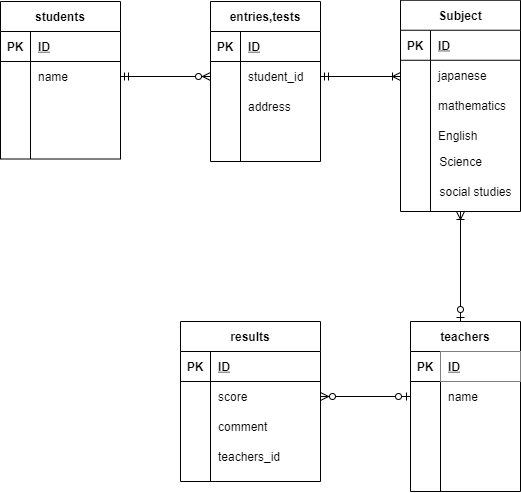
The draw.io diagram index.drawio.png in Rise-K/coachtech-db-practice, before a commit. Source tidied: cells renumbered, new cells last; positions are measured from the earlier drawing's top-left corner, leaving out a move shared by most shapes.
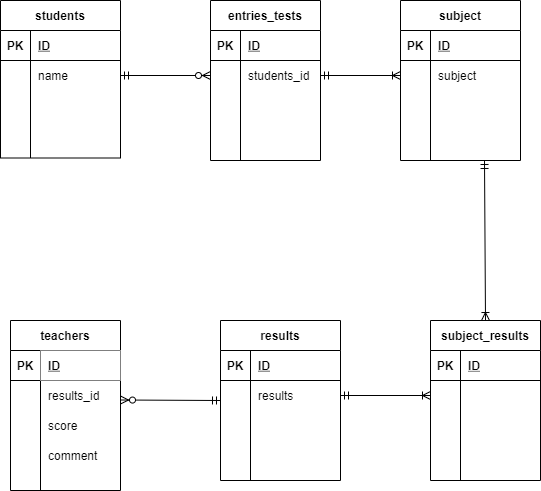
The same file after the commit.

The edit, as a diff of the source:
```diff
@@ -42,7 +42,7 @@
       <mxGeometry x="30" width="90" height="30" as="geometry" />
     </mxCell>
     <mxCell id="15" value="teachers" style="shape=table;startSize=30;rowLines=0;fontStyle=1;align=center;" parent="1" vertex="1">
-      <mxGeometry x="410" y="321" width="110" height="170" as="geometry" />
+      <mxGeometry x="10" y="321" width="110" height="170" as="geometry" />
     </mxCell>
     <mxCell id="16" style="shape=partialRectangle;fillColor=none;top=0;left=0;bottom=1;right=0;" parent="15" vertex="1">
       <mxGeometry y="30" width="110" height="30" as="geometry" />
@@ -53,33 +53,33 @@
     <mxCell id="18" value="ID" style="shape=partialRectangle;top=0;left=0;bottom=0;right=0;align=left;spacingLeft=6;fontStyle=5;overflow=hidden;" parent="16" vertex="1">
       <mxGeometry x="30" width="80" height="30" as="geometry" />
     </mxCell>
+    <mxCell id="25" style="shape=partialRectangle;fillColor=none;top=0;left=0;bottom=0;right=0;" parent="15" vertex="1">
+      <mxGeometry y="60" width="110" height="30" as="geometry" />
+    </mxCell>
+    <mxCell id="26" style="shape=partialRectangle;fillColor=none;top=0;left=0;bottom=0;right=0;overflow=hidden;" parent="25" vertex="1">
+      <mxGeometry width="30" height="30" as="geometry" />
+    </mxCell>
+    <mxCell id="27" value="results_id" style="shape=partialRectangle;fillColor=none;top=0;left=0;bottom=0;right=0;align=left;spacingLeft=6;overflow=hidden;" parent="25" vertex="1">
+      <mxGeometry x="30" width="80" height="30" as="geometry" />
+    </mxCell>
     <mxCell id="19" style="shape=partialRectangle;fillColor=none;top=0;left=0;bottom=0;right=0;" parent="15" vertex="1">
-      <mxGeometry y="60" width="110" height="30" as="geometry" />
+      <mxGeometry y="90" width="110" height="30" as="geometry" />
     </mxCell>
     <mxCell id="20" style="shape=partialRectangle;fillColor=none;top=0;left=0;bottom=0;right=0;overflow=hidden;" parent="19" vertex="1">
       <mxGeometry width="30" height="30" as="geometry" />
     </mxCell>
-    <mxCell id="21" value="name" style="shape=partialRectangle;fillColor=none;top=0;left=0;bottom=0;right=0;align=left;spacingLeft=6;overflow=hidden;" parent="19" vertex="1">
+    <mxCell id="21" value="score" style="shape=partialRectangle;fillColor=none;top=0;left=0;bottom=0;right=0;align=left;spacingLeft=6;overflow=hidden;" parent="19" vertex="1">
       <mxGeometry x="30" width="80" height="30" as="geometry" />
     </mxCell>
     <mxCell id="22" style="shape=partialRectangle;fillColor=none;top=0;left=0;bottom=0;right=0;" parent="15" vertex="1">
-      <mxGeometry y="90" width="110" height="30" as="geometry" />
+      <mxGeometry y="120" width="110" height="30" as="geometry" />
     </mxCell>
     <mxCell id="23" style="shape=partialRectangle;fillColor=none;top=0;left=0;bottom=0;right=0;overflow=hidden;" parent="22" vertex="1">
       <mxGeometry width="30" height="30" as="geometry" />
     </mxCell>
-    <mxCell id="24" style="shape=partialRectangle;fillColor=none;top=0;left=0;bottom=0;right=0;align=left;spacingLeft=6;overflow=hidden;" parent="22" vertex="1">
+    <mxCell id="24" value="comment" style="shape=partialRectangle;fillColor=none;top=0;left=0;bottom=0;right=0;align=left;spacingLeft=6;overflow=hidden;" parent="22" vertex="1">
       <mxGeometry x="30" width="80" height="30" as="geometry" />
     </mxCell>
-    <mxCell id="25" style="shape=partialRectangle;fillColor=none;top=0;left=0;bottom=0;right=0;" parent="15" vertex="1">
-      <mxGeometry y="120" width="110" height="30" as="geometry" />
-    </mxCell>
-    <mxCell id="26" style="shape=partialRectangle;fillColor=none;top=0;left=0;bottom=0;right=0;overflow=hidden;" parent="25" vertex="1">
-      <mxGeometry width="30" height="30" as="geometry" />
-    </mxCell>
-    <mxCell id="27" style="shape=partialRectangle;fillColor=none;top=0;left=0;bottom=0;right=0;align=left;spacingLeft=6;overflow=hidden;" parent="25" vertex="1">
-      <mxGeometry x="30" width="80" height="30" as="geometry" />
-    </mxCell>
     <mxCell id="28" style="shape=partialRectangle;fillColor=none;top=0;left=0;bottom=0;right=0;" parent="15" vertex="1">
       <mxGeometry y="150" width="110" height="20" as="geometry" />
     </mxCell>
@@ -94,7 +94,7 @@
         <mxPoint x="210" y="76" as="targetPoint" />
       </mxGeometry>
     </mxCell>
-    <mxCell id="32" value="entries,tests" style="shape=table;startSize=30;rowLines=0;fontStyle=1;align=center;" parent="1" vertex="1">
+    <mxCell id="32" value="entries_tests" style="shape=table;startSize=30;rowLines=0;fontStyle=1;align=center;" parent="1" vertex="1">
       <mxGeometry x="210" y="1" width="110" height="160" as="geometry" />
     </mxCell>
     <mxCell id="33" style="shape=partialRectangle;fillColor=none;top=0;left=0;bottom=1;right=0;" parent="32" vertex="1">
@@ -112,7 +112,7 @@
     <mxCell id="37" style="shape=partialRectangle;fillColor=none;top=0;left=0;bottom=0;right=0;overflow=hidden;" parent="36" vertex="1">
       <mxGeometry width="30" height="30" as="geometry" />
     </mxCell>
-    <mxCell id="38" value="student_id" style="shape=partialRectangle;fillColor=none;top=0;left=0;bottom=0;right=0;align=left;spacingLeft=6;overflow=hidden;" parent="36" vertex="1">
+    <mxCell id="38" value="students_id" style="shape=partialRectangle;fillColor=none;top=0;left=0;bottom=0;right=0;align=left;spacingLeft=6;overflow=hidden;" parent="36" vertex="1">
       <mxGeometry x="30" width="80" height="30" as="geometry" />
     </mxCell>
     <mxCell id="39" style="shape=partialRectangle;fillColor=none;top=0;left=0;bottom=0;right=0;" parent="32" vertex="1">
@@ -121,7 +121,7 @@
     <mxCell id="40" style="shape=partialRectangle;fillColor=none;top=0;left=0;bottom=0;right=0;overflow=hidden;" parent="39" vertex="1">
       <mxGeometry width="30" height="30" as="geometry" />
     </mxCell>
-    <mxCell id="41" value="address" style="shape=partialRectangle;fillColor=none;top=0;left=0;bottom=0;right=0;align=left;spacingLeft=6;overflow=hidden;" parent="39" vertex="1">
+    <mxCell id="41" style="shape=partialRectangle;fillColor=none;top=0;left=0;bottom=0;right=0;align=left;spacingLeft=6;overflow=hidden;" parent="39" vertex="1">
       <mxGeometry x="30" width="80" height="30" as="geometry" />
     </mxCell>
     <mxCell id="42" style="shape=partialRectangle;fillColor=none;top=0;left=0;bottom=0;right=0;" parent="32" vertex="1">
@@ -134,46 +134,46 @@
       <mxGeometry x="30" width="80" height="30" as="geometry" />
     </mxCell>
     <mxCell id="45" value="results" style="shape=table;startSize=30;rowLines=0;fontStyle=1;align=center;" parent="1" vertex="1">
-      <mxGeometry x="180" y="321" width="140" height="160" as="geometry" />
+      <mxGeometry x="220" y="321" width="120" height="160" as="geometry" />
     </mxCell>
     <mxCell id="46" style="shape=partialRectangle;fillColor=none;top=0;left=0;bottom=1;right=0;" parent="45" vertex="1">
-      <mxGeometry y="30" width="140" height="30" as="geometry" />
+      <mxGeometry y="30" width="120" height="30" as="geometry" />
     </mxCell>
     <mxCell id="47" value="PK" style="shape=partialRectangle;fillColor=none;top=0;left=0;bottom=0;right=0;fontStyle=1;overflow=hidden;" parent="46" vertex="1">
       <mxGeometry width="30" height="30" as="geometry" />
     </mxCell>
     <mxCell id="48" value="ID" style="shape=partialRectangle;fillColor=none;top=0;left=0;bottom=0;right=0;align=left;spacingLeft=6;fontStyle=5;overflow=hidden;" parent="46" vertex="1">
-      <mxGeometry x="30" width="110" height="30" as="geometry" />
+      <mxGeometry x="30" width="90" height="30" as="geometry" />
     </mxCell>
     <mxCell id="49" style="shape=partialRectangle;fillColor=none;top=0;left=0;bottom=0;right=0;points=[[0,0.5],[1,0.5]];portConstraint=eastwest;" parent="45" vertex="1">
-      <mxGeometry y="60" width="140" height="30" as="geometry" />
+      <mxGeometry y="60" width="120" height="30" as="geometry" />
     </mxCell>
     <mxCell id="50" style="shape=partialRectangle;fillColor=none;top=0;left=0;bottom=0;right=0;overflow=hidden;" parent="49" vertex="1">
       <mxGeometry width="30" height="30" as="geometry" />
     </mxCell>
-    <mxCell id="51" value="score" style="shape=partialRectangle;fillColor=none;top=0;left=0;bottom=0;right=0;align=left;spacingLeft=6;overflow=hidden;" parent="49" vertex="1">
-      <mxGeometry x="30" width="110" height="30" as="geometry" />
+    <mxCell id="51" value="results" style="shape=partialRectangle;fillColor=none;top=0;left=0;bottom=0;right=0;align=left;spacingLeft=6;overflow=hidden;" parent="49" vertex="1">
+      <mxGeometry x="30" width="90" height="30" as="geometry" />
     </mxCell>
     <mxCell id="52" style="shape=partialRectangle;fillColor=none;top=0;left=0;bottom=0;right=0;" parent="45" vertex="1">
-      <mxGeometry y="90" width="140" height="30" as="geometry" />
+      <mxGeometry y="90" width="120" height="30" as="geometry" />
     </mxCell>
     <mxCell id="53" style="shape=partialRectangle;fillColor=none;top=0;left=0;bottom=0;right=0;overflow=hidden;" parent="52" vertex="1">
       <mxGeometry width="30" height="30" as="geometry" />
     </mxCell>
-    <mxCell id="54" value="comment" style="shape=partialRectangle;fillColor=none;top=0;left=0;bottom=0;right=0;align=left;spacingLeft=6;overflow=hidden;" parent="52" vertex="1">
-      <mxGeometry x="30" width="110" height="30" as="geometry" />
+    <mxCell id="54" style="shape=partialRectangle;fillColor=none;top=0;left=0;bottom=0;right=0;align=left;spacingLeft=6;overflow=hidden;" parent="52" vertex="1">
+      <mxGeometry x="30" width="90" height="30" as="geometry" />
     </mxCell>
     <mxCell id="55" style="shape=partialRectangle;fillColor=none;top=0;left=0;bottom=0;right=0;" parent="45" vertex="1">
-      <mxGeometry y="120" width="140" height="30" as="geometry" />
+      <mxGeometry y="120" width="120" height="30" as="geometry" />
     </mxCell>
     <mxCell id="56" style="shape=partialRectangle;fillColor=none;top=0;left=0;bottom=0;right=0;overflow=hidden;" parent="55" vertex="1">
       <mxGeometry width="30" height="30" as="geometry" />
     </mxCell>
-    <mxCell id="57" value="teachers_id" style="shape=partialRectangle;fillColor=none;top=0;left=0;bottom=0;right=0;align=left;spacingLeft=6;overflow=hidden;" parent="55" vertex="1">
-      <mxGeometry x="30" width="110" height="30" as="geometry" />
+    <mxCell id="57" style="shape=partialRectangle;fillColor=none;top=0;left=0;bottom=0;right=0;align=left;spacingLeft=6;overflow=hidden;" parent="55" vertex="1">
+      <mxGeometry x="30" width="90" height="30" as="geometry" />
     </mxCell>
-    <mxCell id="58" value="Subject" style="shape=table;startSize=30;rowLines=0;fontStyle=1;align=center;" parent="1" vertex="1">
-      <mxGeometry x="400" y="-0.2" width="120" height="211.2" as="geometry" />
+    <mxCell id="58" value="subject" style="shape=table;startSize=30;rowLines=0;fontStyle=1;align=center;" parent="1" vertex="1">
+      <mxGeometry x="400" y="1" width="120" height="160" as="geometry" />
     </mxCell>
     <mxCell id="59" style="shape=partialRectangle;fillColor=none;top=0;left=0;bottom=1;right=0;" parent="58" vertex="1">
       <mxGeometry y="30" width="120" height="30" as="geometry" />
@@ -190,7 +190,7 @@
     <mxCell id="63" style="shape=partialRectangle;fillColor=none;top=0;left=0;bottom=0;right=0;overflow=hidden;" parent="62" vertex="1">
       <mxGeometry width="30" height="30" as="geometry" />
     </mxCell>
-    <mxCell id="64" value="japanese" style="shape=partialRectangle;fillColor=none;top=0;left=0;bottom=0;right=0;align=left;spacingLeft=6;overflow=hidden;" parent="62" vertex="1">
+    <mxCell id="64" value="subject" style="shape=partialRectangle;fillColor=none;top=0;left=0;bottom=0;right=0;align=left;spacingLeft=6;overflow=hidden;" parent="62" vertex="1">
       <mxGeometry x="30" width="90" height="30" as="geometry" />
     </mxCell>
     <mxCell id="65" style="shape=partialRectangle;fillColor=none;top=0;left=0;bottom=0;right=0;" parent="58" vertex="1">
@@ -199,7 +199,7 @@
     <mxCell id="66" style="shape=partialRectangle;fillColor=none;top=0;left=0;bottom=0;right=0;overflow=hidden;" parent="65" vertex="1">
       <mxGeometry width="30" height="30" as="geometry" />
     </mxCell>
-    <mxCell id="67" value="mathematics" style="shape=partialRectangle;fillColor=none;top=0;left=0;bottom=0;right=0;align=left;spacingLeft=6;overflow=hidden;" parent="65" vertex="1">
+    <mxCell id="67" style="shape=partialRectangle;fillColor=none;top=0;left=0;bottom=0;right=0;align=left;spacingLeft=6;overflow=hidden;" parent="65" vertex="1">
       <mxGeometry x="30" width="90" height="30" as="geometry" />
     </mxCell>
     <mxCell id="68" style="shape=partialRectangle;fillColor=none;top=0;left=0;bottom=0;right=0;" parent="58" vertex="1">
@@ -208,29 +208,66 @@
     <mxCell id="69" style="shape=partialRectangle;fillColor=none;top=0;left=0;bottom=0;right=0;overflow=hidden;" parent="68" vertex="1">
       <mxGeometry width="30" height="30" as="geometry" />
     </mxCell>
-    <mxCell id="70" value="English" style="shape=partialRectangle;fillColor=none;top=0;left=0;bottom=0;right=0;align=left;spacingLeft=6;overflow=hidden;" parent="68" vertex="1">
+    <mxCell id="70" style="shape=partialRectangle;fillColor=none;top=0;left=0;bottom=0;right=0;align=left;spacingLeft=6;overflow=hidden;" parent="68" vertex="1">
       <mxGeometry x="30" width="90" height="30" as="geometry" />
     </mxCell>
-    <mxCell id="71" value="Science" style="text;html=1;align=center;verticalAlign=middle;strokeColor=none;" parent="1" vertex="1">
-      <mxGeometry x="430" y="151" width="60" height="20" as="geometry" />
-    </mxCell>
-    <mxCell id="72" value="social studies" style="text;html=1;align=center;verticalAlign=middle;strokeColor=none;" parent="1" vertex="1">
-      <mxGeometry x="430" y="181" width="90" height="20" as="geometry" />
-    </mxCell>
     <mxCell id="73" style="fontSize=12;html=1;endArrow=ERoneToMany;startArrow=ERmandOne;exitX=1;exitY=0.5;exitDx=0;exitDy=0;" parent="1" edge="1" source="36">
       <mxGeometry relative="1" as="geometry">
         <mxPoint x="400" y="76" as="targetPoint" />
       </mxGeometry>
     </mxCell>
-    <mxCell id="74" style="fontSize=12;html=1;endArrow=ERoneToMany;startArrow=ERzeroToOne;entryX=0.5;entryY=1;entryDx=0;entryDy=0;" parent="1" edge="1" target="58">
-      <mxGeometry relative="1" as="geometry">
-        <mxPoint x="460" y="321" as="sourcePoint" />
-      </mxGeometry>
-    </mxCell>
-    <mxCell id="75" style="fontSize=12;html=1;endArrow=ERzeroToMany;startArrow=ERzeroToOne;entryX=1;entryY=0.5;entryDx=0;entryDy=0;" parent="1" edge="1" target="49">
-      <mxGeometry relative="1" as="geometry">
-        <mxPoint x="410" y="396" as="sourcePoint" />
-      </mxGeometry>
-    </mxCell>
+    <mxCell id="76" style="fontSize=12;html=1;endArrow=ERzeroToMany;startArrow=ERmandOne;" parent="1" edge="1">
+      <mxGeometry relative="1" as="geometry">
+        <mxPoint x="220" y="401" as="sourcePoint" />
+        <mxPoint x="120" y="400.5" as="targetPoint" />
+      </mxGeometry>
+    </mxCell>
+    <mxCell id="77" style="fontSize=12;html=1;endArrow=ERoneToMany;startArrow=ERmandOne;entryX=0.5;entryY=0;entryDx=0;entryDy=0;" parent="1" edge="1" target="78">
+      <mxGeometry relative="1" as="geometry">
+        <mxPoint x="484" y="161" as="sourcePoint" />
+      </mxGeometry>
+    </mxCell>
+    <mxCell id="78" value="subject_results" style="shape=table;startSize=30;rowLines=0;fontStyle=1;align=center;" parent="1" vertex="1">
+      <mxGeometry x="430" y="321" width="110" height="160" as="geometry" />
+    </mxCell>
+    <mxCell id="79" style="shape=partialRectangle;fillColor=none;top=0;left=0;bottom=1;right=0;" parent="78" vertex="1">
+      <mxGeometry y="30" width="110" height="30" as="geometry" />
+    </mxCell>
+    <mxCell id="80" value="PK" style="shape=partialRectangle;fillColor=none;top=0;left=0;bottom=0;right=0;fontStyle=1;overflow=hidden;" parent="79" vertex="1">
+      <mxGeometry width="30" height="30" as="geometry" />
+    </mxCell>
+    <mxCell id="81" value="ID" style="shape=partialRectangle;fillColor=none;top=0;left=0;bottom=0;right=0;align=left;spacingLeft=6;fontStyle=5;overflow=hidden;" parent="79" vertex="1">
+      <mxGeometry x="30" width="80" height="30" as="geometry" />
+    </mxCell>
+    <mxCell id="82" style="shape=partialRectangle;fillColor=none;top=0;left=0;bottom=0;right=0;points=[[0,0.5],[1,0.5]];portConstraint=eastwest;" parent="78" vertex="1">
+      <mxGeometry y="60" width="110" height="30" as="geometry" />
+    </mxCell>
+    <mxCell id="83" style="shape=partialRectangle;fillColor=none;top=0;left=0;bottom=0;right=0;overflow=hidden;" parent="82" vertex="1">
+      <mxGeometry width="30" height="30" as="geometry" />
+    </mxCell>
+    <mxCell id="84" style="shape=partialRectangle;fillColor=none;top=0;left=0;bottom=0;right=0;align=left;spacingLeft=6;overflow=hidden;" parent="82" vertex="1">
+      <mxGeometry x="30" width="80" height="30" as="geometry" />
+    </mxCell>
+    <mxCell id="85" style="shape=partialRectangle;fillColor=none;top=0;left=0;bottom=0;right=0;" parent="78" vertex="1">
+      <mxGeometry y="90" width="110" height="30" as="geometry" />
+    </mxCell>
+    <mxCell id="86" style="shape=partialRectangle;fillColor=none;top=0;left=0;bottom=0;right=0;overflow=hidden;" parent="85" vertex="1">
+      <mxGeometry width="30" height="30" as="geometry" />
+    </mxCell>
+    <mxCell id="87" style="shape=partialRectangle;fillColor=none;top=0;left=0;bottom=0;right=0;align=left;spacingLeft=6;overflow=hidden;" parent="85" vertex="1">
+      <mxGeometry x="30" width="80" height="30" as="geometry" />
+    </mxCell>
+    <mxCell id="88" style="shape=partialRectangle;fillColor=none;top=0;left=0;bottom=0;right=0;" parent="78" vertex="1">
+      <mxGeometry y="120" width="110" height="30" as="geometry" />
+    </mxCell>
+    <mxCell id="89" style="shape=partialRectangle;fillColor=none;top=0;left=0;bottom=0;right=0;overflow=hidden;" parent="88" vertex="1">
+      <mxGeometry width="30" height="30" as="geometry" />
+    </mxCell>
+    <mxCell id="90" style="shape=partialRectangle;fillColor=none;top=0;left=0;bottom=0;right=0;align=left;spacingLeft=6;overflow=hidden;" parent="88" vertex="1">
+      <mxGeometry x="30" width="80" height="30" as="geometry" />
+    </mxCell>
+    <mxCell id="91" style="fontSize=12;html=1;endArrow=ERoneToMany;startArrow=ERmandOne;entryX=0;entryY=0.5;entryDx=0;entryDy=0;exitX=1;exitY=0.5;exitDx=0;exitDy=0;" parent="1" edge="1" source="49" target="82">
+      <mxGeometry relative="1" as="geometry" />
+    </mxCell>
   </root>
 </mxGraphModel>
```
